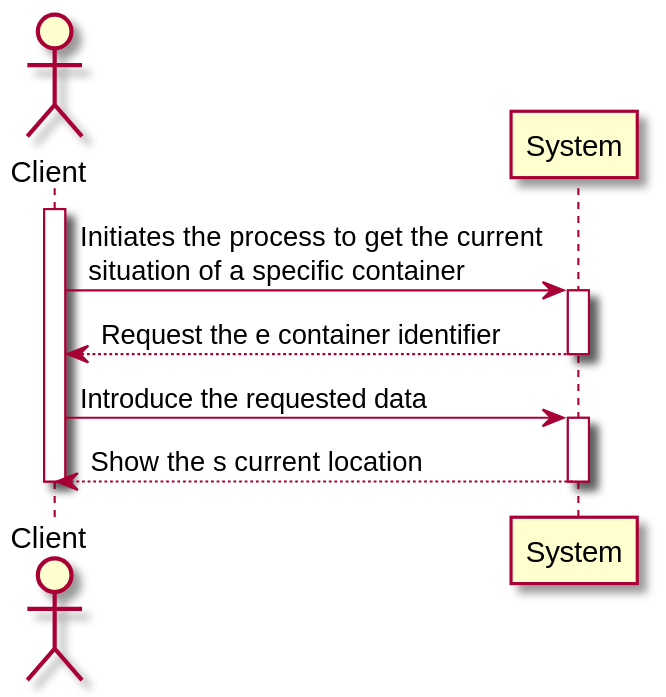
Above: docs/US204/US204_SSD.svg in 0franciscor/lapr3-2021-g042 (PlantUML), before the change. Source of this version:
```plantuml
@startuml
actor "Client" as C
participant "System" as SY

activate C
C -> SY :  Initiates the process to get the current\n situation of a specific container
activate SY
SY --> C : Request the e container identifier
deactivate SY
C -> SY : Introduce the requested data

activate SY
SY-->C : Show the s current location
deactivate SY
deactivate C
@enduml
```
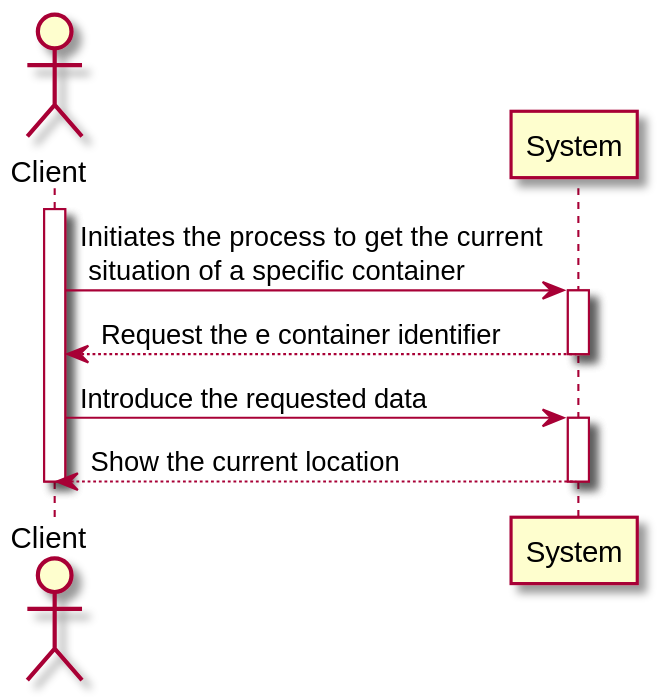
Above is the later version.

Change to the diagram source:
```diff
@@ -10,7 +10,7 @@
 C -> SY : Introduce the requested data
 
 activate SY
-SY-->C : Show the s current location
+SY-->C : Show the current location
 deactivate SY
 deactivate C
 @enduml
```
